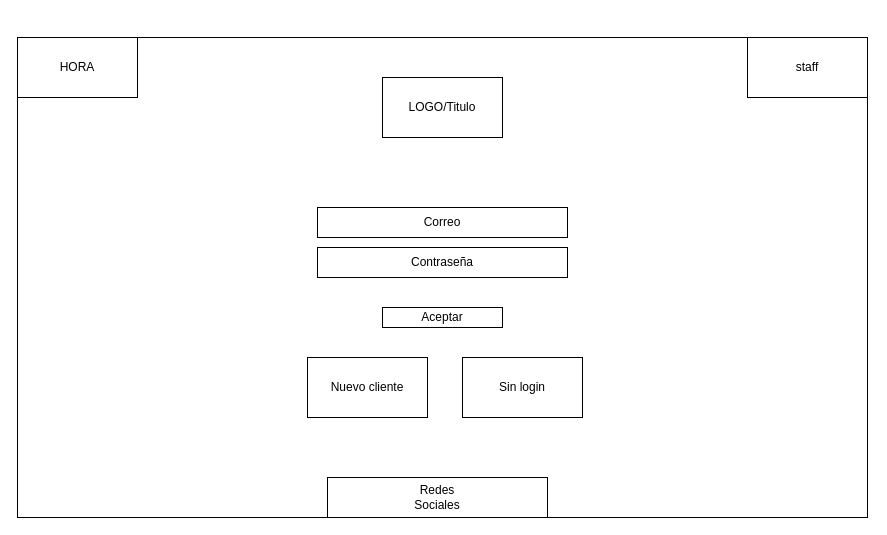
Before: page "MainMenu" (1 of 5) of docs/UI_UX.drawio in Universidad-Europea/PharmSquare, a draw.io diagram. Source tidied: cells renumbered, new cells numbered last; positions are measured from the earlier drawing's top-left corner, leaving out a move shared by most shapes. Both pictures are drawn from the tidied source at 100%, with x=0, y=0 at pixel (17, 37).
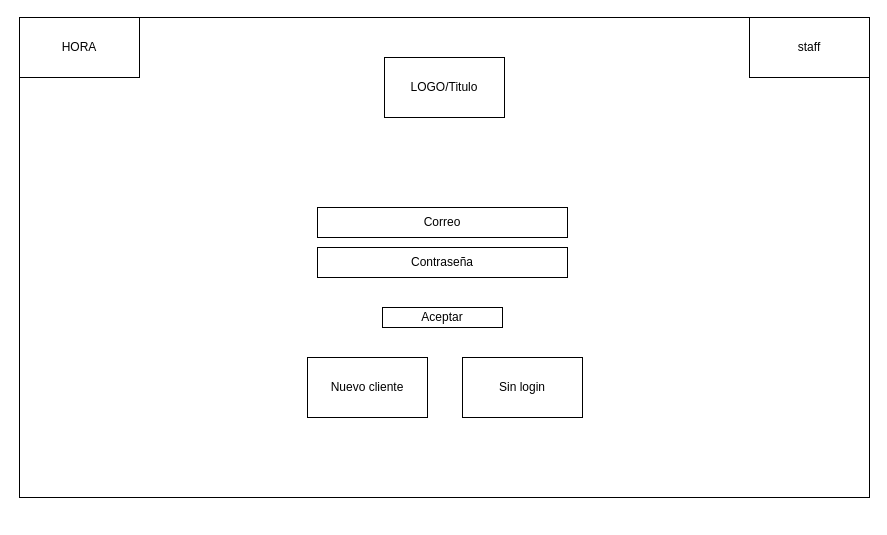
The same page after the edit.

Change to the diagram source:
```diff
@@
 <mxGraphModel>
   <root>
     <mxCell id="0" />
     <mxCell id="1" parent="0" />
     <mxCell id="2" style="rounded=0;whiteSpace=wrap;html=1;fillColor=none;" parent="1" vertex="1">
-      <mxGeometry width="850" height="480" as="geometry" />
+      <mxGeometry x="2" y="-20" width="850" height="480" as="geometry" />
     </mxCell>
     <mxCell id="3" value="staff" style="rounded=0;whiteSpace=wrap;html=1;fillColor=none;" parent="1" vertex="1">
-      <mxGeometry x="730" width="120" height="60" as="geometry" />
+      <mxGeometry x="732" y="-20" width="120" height="60" as="geometry" />
     </mxCell>
     <mxCell id="4" value="Correo" style="rounded=0;whiteSpace=wrap;html=1;fillColor=none;" parent="1" vertex="1">
       <mxGeometry x="300" y="170" width="250" height="30" as="geometry" />
     </mxCell>
     <mxCell id="5" value="Nuevo cliente" style="rounded=0;whiteSpace=wrap;html=1;fillColor=none;" parent="1" vertex="1">
       <mxGeometry x="290" y="320" width="120" height="60" as="geometry" />
     </mxCell>
     <mxCell id="6" value="Contraseña" style="rounded=0;whiteSpace=wrap;html=1;fillColor=none;" parent="1" vertex="1">
       <mxGeometry x="300" y="210" width="250" height="30" as="geometry" />
     </mxCell>
     <mxCell id="7" value="LOGO/Titulo" style="rounded=0;whiteSpace=wrap;html=1;fillColor=none;" parent="1" vertex="1">
-      <mxGeometry x="365" y="40" width="120" height="60" as="geometry" />
+      <mxGeometry x="367" y="20" width="120" height="60" as="geometry" />
     </mxCell>
     <mxCell id="8" value="HORA" style="rounded=0;whiteSpace=wrap;html=1;fillColor=none;" parent="1" vertex="1">
-      <mxGeometry width="120" height="60" as="geometry" />
+      <mxGeometry x="2" y="-20" width="120" height="60" as="geometry" />
     </mxCell>
-    <mxCell id="9" value="Redes&lt;br&gt;Sociales" style="rounded=0;whiteSpace=wrap;html=1;fillColor=none;" parent="1" vertex="1">
-      <mxGeometry x="310" y="440" width="220" height="40" as="geometry" />
-    </mxCell>
     <mxCell id="10" value="Aceptar" style="rounded=0;whiteSpace=wrap;html=1;fillColor=none;" parent="1" vertex="1">
       <mxGeometry x="365" y="270" width="120" height="20" as="geometry" />
     </mxCell>
     <mxCell id="11" value="Sin login" style="rounded=0;whiteSpace=wrap;html=1;fillColor=none;" parent="1" vertex="1">
       <mxGeometry x="445" y="320" width="120" height="60" as="geometry" />
     </mxCell>
   </root>
 </mxGraphModel>
```
